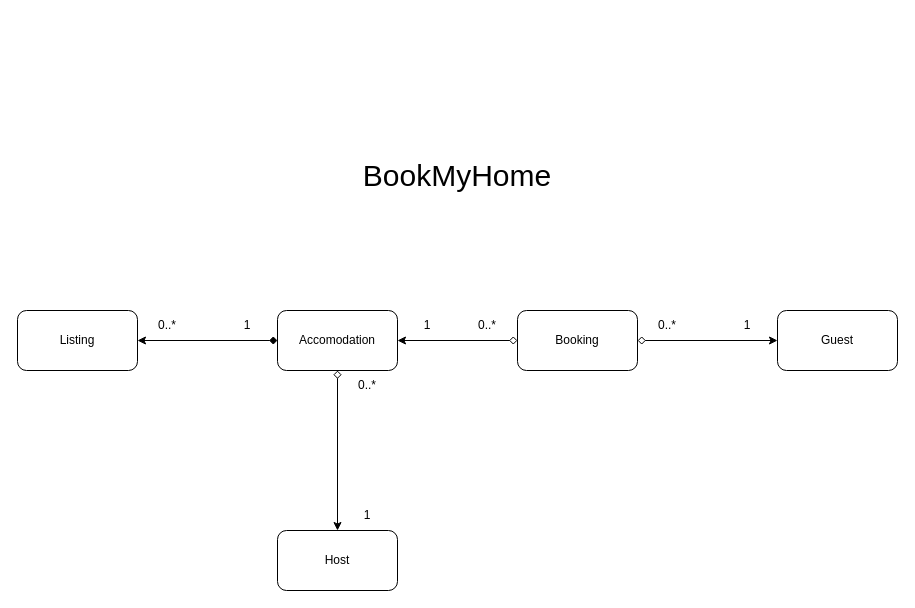
The draw.io diagram BookMyHome Domæne Diagram.drawio in hiha76740/3-semester-SemesterOpgave, before the edit. Source tidied: cells renumbered, new cells numbered last; positions are measured from the earlier drawing's top-left corner, leaving out a move shared by most shapes. Both pictures are drawn from the tidied source at 100%, with x=0, y=0 at pixel (17, 160).
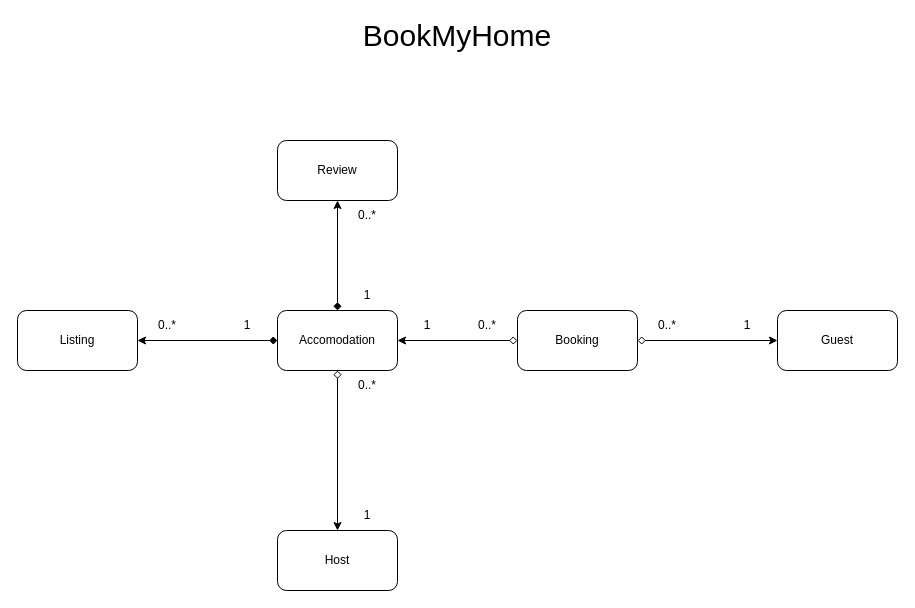
After the change.

Commit message:
Added review to domain diagram

Unchanged cells that the change refers to:
```xml
<mxCell id="2" value="Accomodation" style="rounded=1;whiteSpace=wrap;html=1;" parent="1" vertex="1">
  <mxGeometry x="260" y="150" width="120" height="60" as="geometry" />
</mxCell>
```

Diff of the diagram source:
```diff
@@
+    <mxCell id="20" style="edgeStyle=orthogonalEdgeStyle;rounded=0;jettySize=auto;html=1;entryX=0.5;entryY=1;entryDx=0;entryDy=0;startArrow=diamond;startFill=1;" parent="1" edge="1" source="2" target="21">
+      <mxGeometry relative="1" as="geometry" />
+    </mxCell>
@@
     <mxCell id="9" value="BookMyHome" style="text;html=1;whiteSpace=wrap;strokeColor=none;fillColor=none;align=center;verticalAlign=middle;rounded=0;fontSize=30;" parent="1" vertex="1">
-      <mxGeometry x="410" width="60" height="30" as="geometry" />
+      <mxGeometry x="410" y="-140" width="60" height="30" as="geometry" />
     </mxCell>
@@
+    <mxCell id="21" value="Review" style="rounded=1;whiteSpace=wrap;html=1;" parent="1" vertex="1">
+      <mxGeometry x="260" y="-20" width="120" height="60" as="geometry" />
+    </mxCell>
+    <mxCell id="22" value="0..*" style="text;html=1;whiteSpace=wrap;strokeColor=none;fillColor=none;align=center;verticalAlign=middle;rounded=0;" parent="1" vertex="1">
+      <mxGeometry x="320" y="40" width="60" height="30" as="geometry" />
+    </mxCell>
+    <mxCell id="23" value="1" style="text;html=1;whiteSpace=wrap;strokeColor=none;fillColor=none;align=center;verticalAlign=middle;rounded=0;" parent="1" vertex="1">
+      <mxGeometry x="320" y="120" width="60" height="30" as="geometry" />
+    </mxCell>
```
